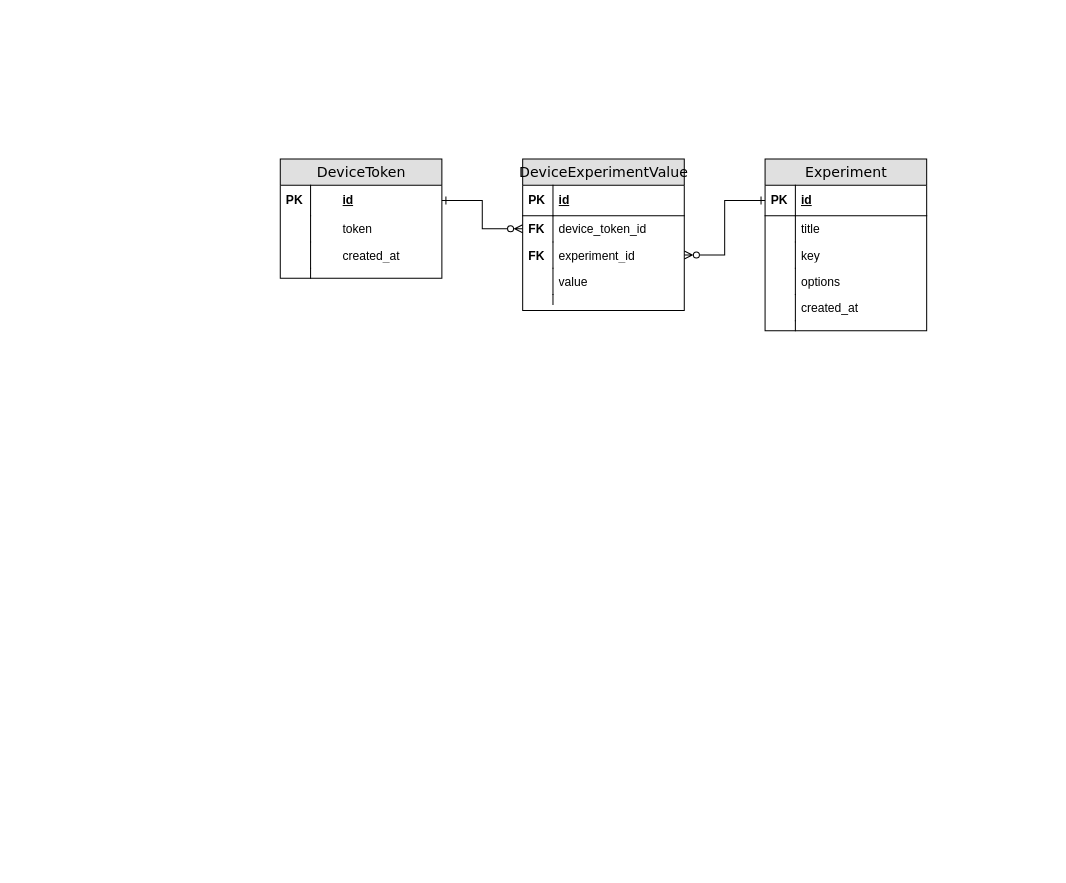
Above: docs/entities.drawio in rusdec/ab-test (draw.io), before the change. Source tidied: cells renumbered, new cells numbered last; positions are measured from the earlier drawing's top-left corner, leaving out a move shared by most shapes. Both pictures are drawn from the tidied source at 101%, with x=0, y=0 at pixel (280, 159).
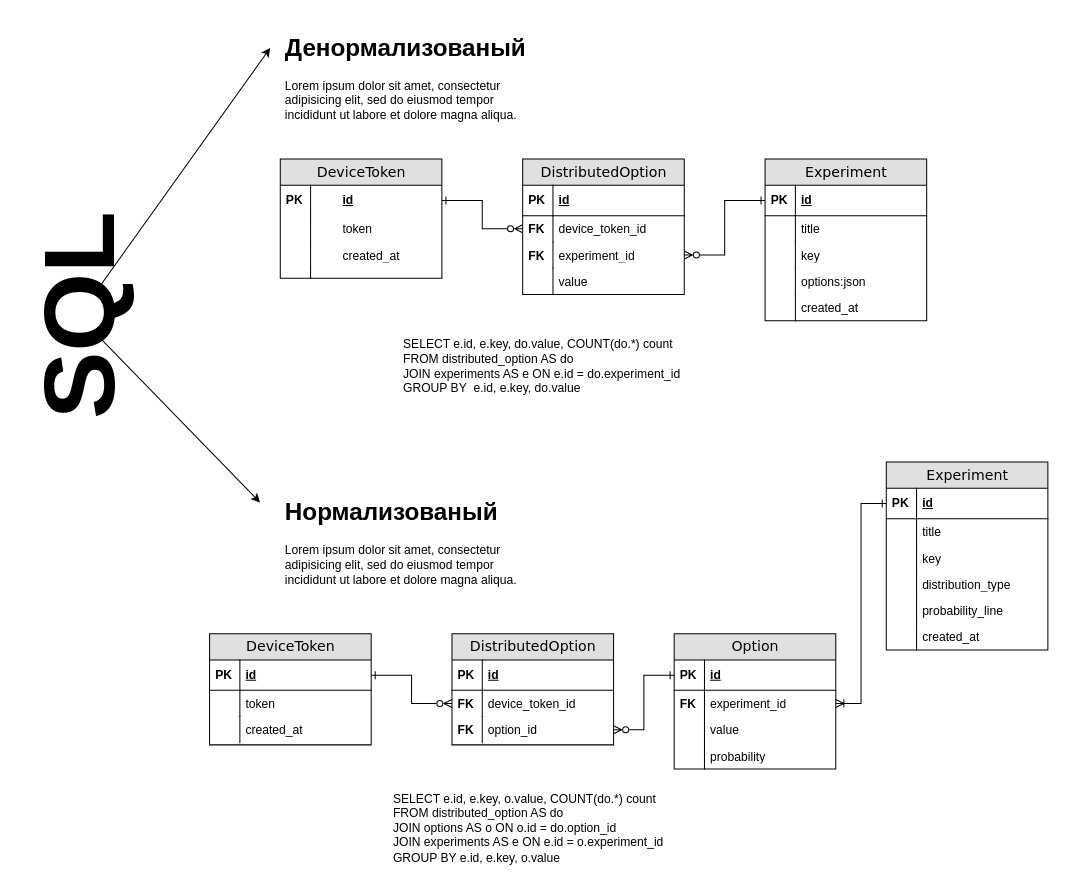
The same page after the edit.

Diff of the diagram source:
```diff
@@
     <mxCell id="11" value="Experiment" style="swimlane;html=1;fontStyle=0;horizontal=1;startSize=26;fillColor=#e0e0e0;swimlaneFillColor=#ffffff;align=center;rounded=0;shadow=0;comic=0;labelBackgroundColor=none;strokeWidth=1;fontFamily=Verdana;fontSize=14;fontColor=#000000;" parent="1" vertex="1">
-      <mxGeometry x="480" width="160" height="170" as="geometry" />
+      <mxGeometry x="480" width="160" height="160" as="geometry" />
     </mxCell>
@@
-    <mxCell id="18" value="options" style="shape=partialRectangle;top=0;left=0;right=0;bottom=0;html=1;align=left;verticalAlign=top;fillColor=none;spacingLeft=34;spacingRight=4;whiteSpace=wrap;overflow=hidden;" parent="11" vertex="1">
+    <mxCell id="18" value="options:json" style="shape=partialRectangle;top=0;left=0;right=0;bottom=0;html=1;align=left;verticalAlign=top;fillColor=none;spacingLeft=34;spacingRight=4;whiteSpace=wrap;overflow=hidden;" parent="11" vertex="1">
       <mxGeometry y="108" width="160" height="26" as="geometry" />
     </mxCell>
@@
-    <mxCell id="22" style="shape=partialRectangle;top=0;left=0;right=0;bottom=0;html=1;align=left;verticalAlign=top;fillColor=none;spacingLeft=34;spacingRight=4;whiteSpace=wrap;overflow=hidden;" parent="11" vertex="1">
-      <mxGeometry y="160" width="160" height="10" as="geometry" />
-    </mxCell>
-    <mxCell id="23" style="shape=partialRectangle;top=0;left=0;bottom=0;html=1;fillColor=none;align=left;verticalAlign=top;spacingLeft=4;spacingRight=4;whiteSpace=wrap;overflow=hidden;" parent="22" vertex="1">
-      <mxGeometry width="30" height="10" as="geometry" />
-    </mxCell>
-    <mxCell id="24" value="DeviceExperimentValue" style="swimlane;html=1;fontStyle=0;horizontal=1;startSize=26;fillColor=#e0e0e0;swimlaneFillColor=#ffffff;align=center;rounded=0;shadow=0;comic=0;labelBackgroundColor=none;strokeWidth=1;fontFamily=Verdana;fontSize=14;fontColor=#000000;" parent="1" vertex="1">
-      <mxGeometry x="240" width="160" height="150" as="geometry" />
+    <mxCell id="24" value="DistributedOption" style="swimlane;html=1;fontStyle=0;horizontal=1;startSize=26;fillColor=#e0e0e0;swimlaneFillColor=#ffffff;align=center;rounded=0;shadow=0;comic=0;labelBackgroundColor=none;strokeWidth=1;fontFamily=Verdana;fontSize=14;fontColor=#000000;" parent="1" vertex="1">
+      <mxGeometry x="240" width="160" height="134" as="geometry" />
     </mxCell>
@@
-    <mxCell id="33" style="shape=partialRectangle;top=0;left=0;right=0;bottom=0;html=1;align=left;verticalAlign=top;fillColor=none;spacingLeft=34;spacingRight=4;whiteSpace=wrap;overflow=hidden;" parent="24" vertex="1">
-      <mxGeometry y="134" width="160" height="10" as="geometry" />
-    </mxCell>
-    <mxCell id="34" style="shape=partialRectangle;top=0;left=0;bottom=0;html=1;fillColor=none;align=left;verticalAlign=top;spacingLeft=4;spacingRight=4;whiteSpace=wrap;overflow=hidden;" parent="33" vertex="1">
-      <mxGeometry width="30" height="10" as="geometry" />
-    </mxCell>
@@
+    <mxCell id="37" value="Option" style="swimlane;html=1;fontStyle=0;horizontal=1;startSize=26;fillColor=#e0e0e0;swimlaneFillColor=#ffffff;align=center;rounded=0;shadow=0;comic=0;labelBackgroundColor=none;strokeWidth=1;fontFamily=Verdana;fontSize=14;fontColor=#000000;" parent="1" vertex="1">
+      <mxGeometry x="390" y="470" width="160" height="134" as="geometry" />
+    </mxCell>
+    <mxCell id="38" value="id" style="shape=partialRectangle;top=0;left=0;right=0;bottom=1;html=1;align=left;verticalAlign=middle;fillColor=none;spacingLeft=34;spacingRight=4;whiteSpace=wrap;overflow=hidden;points=[[0,0.5],[1,0.5]];portConstraint=eastwest;fontStyle=5;fontColor=#000000;" parent="37" vertex="1">
+      <mxGeometry y="26" width="160" height="30" as="geometry" />
+    </mxCell>
+    <mxCell id="39" value="PK" style="shape=partialRectangle;top=0;left=0;bottom=0;html=1;fillColor=none;align=left;verticalAlign=middle;spacingLeft=4;spacingRight=4;whiteSpace=wrap;overflow=hidden;fontStyle=1;" parent="38" vertex="1">
+      <mxGeometry width="30" height="30" as="geometry" />
+    </mxCell>
+    <mxCell id="40" value="experiment_id" style="shape=partialRectangle;top=0;left=0;right=0;bottom=0;html=1;align=left;verticalAlign=top;fillColor=none;spacingLeft=34;spacingRight=4;whiteSpace=wrap;overflow=hidden;points=[[0,0.5],[1,0.5]];portConstraint=eastwest;" parent="37" vertex="1">
+      <mxGeometry y="56" width="160" height="26" as="geometry" />
+    </mxCell>
+    <mxCell id="41" value="&lt;b&gt;FK&lt;/b&gt;" style="shape=partialRectangle;top=0;left=0;bottom=0;html=1;fillColor=none;align=left;verticalAlign=top;spacingLeft=4;spacingRight=4;whiteSpace=wrap;overflow=hidden;" parent="40" vertex="1">
+      <mxGeometry width="30" height="26" as="geometry" />
+    </mxCell>
+    <mxCell id="42" value="value" style="shape=partialRectangle;top=0;left=0;right=0;bottom=0;html=1;align=left;verticalAlign=top;fillColor=none;spacingLeft=34;spacingRight=4;whiteSpace=wrap;overflow=hidden;" parent="37" vertex="1">
+      <mxGeometry y="82" width="160" height="26" as="geometry" />
+    </mxCell>
+    <mxCell id="43" style="shape=partialRectangle;top=0;left=0;bottom=0;html=1;fillColor=none;align=left;verticalAlign=top;spacingLeft=4;spacingRight=4;whiteSpace=wrap;overflow=hidden;fontStyle=1;" parent="42" vertex="1">
+      <mxGeometry width="30" height="26" as="geometry" />
+    </mxCell>
+    <mxCell id="44" value="probability" style="shape=partialRectangle;top=0;left=0;right=0;bottom=0;html=1;align=left;verticalAlign=top;fillColor=none;spacingLeft=34;spacingRight=4;whiteSpace=wrap;overflow=hidden;fontColor=#000000;" parent="37" vertex="1">
+      <mxGeometry y="108" width="160" height="26" as="geometry" />
+    </mxCell>
+    <mxCell id="45" style="shape=partialRectangle;top=0;left=0;bottom=0;html=1;fillColor=none;align=left;verticalAlign=top;spacingLeft=4;spacingRight=4;whiteSpace=wrap;overflow=hidden;" parent="44" vertex="1">
+      <mxGeometry width="30" height="26" as="geometry" />
+    </mxCell>
+    <mxCell id="46" value="Experiment" style="swimlane;html=1;fontStyle=0;horizontal=1;startSize=26;fillColor=#e0e0e0;swimlaneFillColor=#ffffff;align=center;rounded=0;shadow=0;comic=0;labelBackgroundColor=none;strokeWidth=1;fontFamily=Verdana;fontSize=14;fontColor=#000000;" parent="1" vertex="1">
+      <mxGeometry x="600" y="300" width="160" height="186" as="geometry" />
+    </mxCell>
+    <mxCell id="47" value="id" style="shape=partialRectangle;top=0;left=0;right=0;bottom=1;html=1;align=left;verticalAlign=middle;fillColor=none;spacingLeft=34;spacingRight=4;whiteSpace=wrap;overflow=hidden;points=[[0,0.5],[1,0.5]];portConstraint=eastwest;fontStyle=5;" parent="46" vertex="1">
+      <mxGeometry y="26" width="160" height="30" as="geometry" />
+    </mxCell>
+    <mxCell id="48" value="PK" style="shape=partialRectangle;top=0;left=0;bottom=0;html=1;fillColor=none;align=left;verticalAlign=middle;spacingLeft=4;spacingRight=4;whiteSpace=wrap;overflow=hidden;fontStyle=1;" parent="47" vertex="1">
+      <mxGeometry width="30" height="30" as="geometry" />
+    </mxCell>
+    <mxCell id="49" value="title" style="shape=partialRectangle;top=0;left=0;right=0;bottom=0;html=1;align=left;verticalAlign=top;fillColor=none;spacingLeft=34;spacingRight=4;whiteSpace=wrap;overflow=hidden;" parent="46" vertex="1">
+      <mxGeometry y="56" width="160" height="26" as="geometry" />
+    </mxCell>
+    <mxCell id="50" style="shape=partialRectangle;top=0;left=0;bottom=0;html=1;fillColor=none;align=left;verticalAlign=top;spacingLeft=4;spacingRight=4;whiteSpace=wrap;overflow=hidden;" parent="49" vertex="1">
+      <mxGeometry width="30" height="26" as="geometry" />
+    </mxCell>
+    <mxCell id="51" value="key" style="shape=partialRectangle;top=0;left=0;right=0;bottom=0;html=1;align=left;verticalAlign=top;fillColor=none;spacingLeft=34;spacingRight=4;whiteSpace=wrap;overflow=hidden;" parent="46" vertex="1">
+      <mxGeometry y="82" width="160" height="26" as="geometry" />
+    </mxCell>
+    <mxCell id="52" style="shape=partialRectangle;top=0;left=0;bottom=0;html=1;fillColor=none;align=left;verticalAlign=top;spacingLeft=4;spacingRight=4;whiteSpace=wrap;overflow=hidden;" parent="51" vertex="1">
+      <mxGeometry width="30" height="26" as="geometry" />
+    </mxCell>
+    <mxCell id="53" value="distribution_type" style="shape=partialRectangle;top=0;left=0;right=0;bottom=0;html=1;align=left;verticalAlign=top;fillColor=none;spacingLeft=34;spacingRight=4;whiteSpace=wrap;overflow=hidden;" parent="46" vertex="1">
+      <mxGeometry y="108" width="160" height="26" as="geometry" />
+    </mxCell>
+    <mxCell id="54" style="shape=partialRectangle;top=0;left=0;bottom=0;html=1;fillColor=none;align=left;verticalAlign=top;spacingLeft=4;spacingRight=4;whiteSpace=wrap;overflow=hidden;" parent="53" vertex="1">
+      <mxGeometry width="30" height="26" as="geometry" />
+    </mxCell>
+    <mxCell id="55" value="probability_line" style="shape=partialRectangle;top=0;left=0;right=0;bottom=0;html=1;align=left;verticalAlign=top;fillColor=none;spacingLeft=34;spacingRight=4;whiteSpace=wrap;overflow=hidden;" parent="46" vertex="1">
+      <mxGeometry y="134" width="160" height="26" as="geometry" />
+    </mxCell>
+    <mxCell id="56" style="shape=partialRectangle;top=0;left=0;bottom=0;html=1;fillColor=none;align=left;verticalAlign=top;spacingLeft=4;spacingRight=4;whiteSpace=wrap;overflow=hidden;" parent="55" vertex="1">
+      <mxGeometry width="30" height="26" as="geometry" />
+    </mxCell>
+    <mxCell id="57" value="created_at" style="shape=partialRectangle;top=0;left=0;right=0;bottom=0;html=1;align=left;verticalAlign=top;fillColor=none;spacingLeft=34;spacingRight=4;whiteSpace=wrap;overflow=hidden;" parent="46" vertex="1">
+      <mxGeometry y="160" width="160" height="26" as="geometry" />
+    </mxCell>
+    <mxCell id="58" style="shape=partialRectangle;top=0;left=0;bottom=0;html=1;fillColor=none;align=left;verticalAlign=top;spacingLeft=4;spacingRight=4;whiteSpace=wrap;overflow=hidden;" parent="57" vertex="1">
+      <mxGeometry width="30" height="26" as="geometry" />
+    </mxCell>
+    <mxCell id="59" value="DistributedOption" style="swimlane;html=1;fontStyle=0;horizontal=1;startSize=26;fillColor=#e0e0e0;swimlaneFillColor=#ffffff;align=center;rounded=0;shadow=0;comic=0;labelBackgroundColor=none;strokeWidth=1;fontFamily=Verdana;fontSize=14;fontColor=#000000;" parent="1" vertex="1">
+      <mxGeometry x="170" y="470" width="160" height="110" as="geometry" />
+    </mxCell>
+    <mxCell id="60" value="id" style="shape=partialRectangle;top=0;left=0;right=0;bottom=1;html=1;align=left;verticalAlign=middle;fillColor=none;spacingLeft=34;spacingRight=4;whiteSpace=wrap;overflow=hidden;fontStyle=5;fontColor=#000000;" parent="59" vertex="1">
+      <mxGeometry y="26" width="160" height="30" as="geometry" />
+    </mxCell>
+    <mxCell id="61" value="PK" style="shape=partialRectangle;top=0;left=0;bottom=0;html=1;fillColor=none;align=left;verticalAlign=middle;spacingLeft=4;spacingRight=4;whiteSpace=wrap;overflow=hidden;fontStyle=1;" parent="60" vertex="1">
+      <mxGeometry width="30" height="30" as="geometry" />
+    </mxCell>
+    <mxCell id="62" value="device_token_id" style="shape=partialRectangle;top=0;left=0;right=0;bottom=0;html=1;align=left;verticalAlign=top;fillColor=none;spacingLeft=34;spacingRight=4;whiteSpace=wrap;overflow=hidden;points=[[0,0.5],[1,0.5]];portConstraint=eastwest;" parent="59" vertex="1">
+      <mxGeometry y="56" width="160" height="26" as="geometry" />
+    </mxCell>
+    <mxCell id="63" value="&lt;b&gt;FK&lt;/b&gt;" style="shape=partialRectangle;top=0;left=0;bottom=0;html=1;fillColor=none;align=left;verticalAlign=top;spacingLeft=4;spacingRight=4;whiteSpace=wrap;overflow=hidden;" parent="62" vertex="1">
+      <mxGeometry width="30" height="26" as="geometry" />
+    </mxCell>
+    <mxCell id="64" value="option_id" style="shape=partialRectangle;top=0;left=0;right=0;bottom=0;html=1;align=left;verticalAlign=top;fillColor=none;spacingLeft=34;spacingRight=4;whiteSpace=wrap;overflow=hidden;points=[[0,0.5],[1,0.5]];portConstraint=eastwest;" parent="59" vertex="1">
+      <mxGeometry y="82" width="160" height="26" as="geometry" />
+    </mxCell>
+    <mxCell id="65" value="FK" style="shape=partialRectangle;top=0;left=0;bottom=0;html=1;fillColor=none;align=left;verticalAlign=top;spacingLeft=4;spacingRight=4;whiteSpace=wrap;overflow=hidden;fontStyle=1;" parent="64" vertex="1">
+      <mxGeometry width="30" height="26" as="geometry" />
+    </mxCell>
+    <mxCell id="66" style="edgeStyle=orthogonalEdgeStyle;rounded=0;jettySize=auto;html=1;endArrow=ERzeroToMany;endFill=0;startArrow=ERone;startFill=0;" parent="1" edge="1" source="72" target="62">
+      <mxGeometry relative="1" as="geometry" />
+    </mxCell>
+    <mxCell id="67" style="edgeStyle=orthogonalEdgeStyle;rounded=0;jettySize=auto;html=1;entryX=1;entryY=0.5;entryDx=0;entryDy=0;endArrow=ERoneToMany;endFill=0;startArrow=ERone;startFill=0;" parent="1" edge="1" source="47" target="40">
+      <mxGeometry relative="1" as="geometry" />
+    </mxCell>
+    <mxCell id="68" style="edgeStyle=orthogonalEdgeStyle;rounded=0;jettySize=auto;html=1;entryX=1;entryY=0.5;entryDx=0;entryDy=0;endArrow=ERzeroToMany;endFill=0;startArrow=ERone;startFill=0;" parent="1" edge="1" source="38" target="64">
+      <mxGeometry relative="1" as="geometry" />
+    </mxCell>
+    <mxCell id="69" value="&lt;h1&gt;Нормализованый&lt;/h1&gt;&lt;p&gt;Lorem ipsum dolor sit amet, consectetur adipisicing elit, sed do eiusmod tempor incididunt ut labore et dolore magna aliqua.&lt;/p&gt;" style="text;html=1;strokeColor=none;fillColor=none;spacing=5;spacingTop=-20;whiteSpace=wrap;overflow=hidden;rounded=0;" parent="1" vertex="1">
+      <mxGeometry y="330" width="240" height="120" as="geometry" />
+    </mxCell>
+    <mxCell id="70" value="&lt;h1&gt;Денормализованый&lt;/h1&gt;&lt;p&gt;Lorem ipsum dolor sit amet, consectetur adipisicing elit, sed do eiusmod tempor incididunt ut labore et dolore magna aliqua.&lt;/p&gt;" style="text;html=1;strokeColor=none;fillColor=none;spacing=5;spacingTop=-20;whiteSpace=wrap;overflow=hidden;rounded=0;" parent="1" vertex="1">
+      <mxGeometry y="-130" width="260" height="120" as="geometry" />
+    </mxCell>
+    <mxCell id="71" value="DeviceToken" style="swimlane;html=1;fontStyle=0;horizontal=1;startSize=26;fillColor=#e0e0e0;swimlaneFillColor=#ffffff;align=center;rounded=0;shadow=0;comic=0;labelBackgroundColor=none;strokeWidth=1;fontFamily=Verdana;fontSize=14;fontColor=#000000;" parent="1" vertex="1">
+      <mxGeometry x="-70" y="470" width="160" height="110" as="geometry" />
+    </mxCell>
+    <mxCell id="72" value="id" style="shape=partialRectangle;top=0;left=0;right=0;bottom=1;html=1;align=left;verticalAlign=middle;fillColor=none;spacingLeft=34;spacingRight=4;whiteSpace=wrap;overflow=hidden;points=[[0,0.5],[1,0.5]];portConstraint=eastwest;fontStyle=5;fontColor=#000000;" parent="71" vertex="1">
+      <mxGeometry y="26" width="160" height="30" as="geometry" />
+    </mxCell>
+    <mxCell id="73" value="PK" style="shape=partialRectangle;top=0;left=0;bottom=0;html=1;fillColor=none;align=left;verticalAlign=middle;spacingLeft=4;spacingRight=4;whiteSpace=wrap;overflow=hidden;fontStyle=1;" parent="72" vertex="1">
+      <mxGeometry width="30" height="30" as="geometry" />
+    </mxCell>
+    <mxCell id="74" value="token" style="shape=partialRectangle;top=0;left=0;right=0;bottom=0;html=1;align=left;verticalAlign=top;fillColor=none;spacingLeft=34;spacingRight=4;whiteSpace=wrap;overflow=hidden;" parent="71" vertex="1">
+      <mxGeometry y="56" width="160" height="26" as="geometry" />
+    </mxCell>
+    <mxCell id="75" style="shape=partialRectangle;top=0;left=0;bottom=0;html=1;fillColor=none;align=left;verticalAlign=top;spacingLeft=4;spacingRight=4;whiteSpace=wrap;overflow=hidden;" parent="74" vertex="1">
+      <mxGeometry width="30" height="26" as="geometry" />
+    </mxCell>
+    <mxCell id="76" value="created_at" style="shape=partialRectangle;top=0;left=0;right=0;bottom=0;html=1;align=left;verticalAlign=top;fillColor=none;spacingLeft=34;spacingRight=4;whiteSpace=wrap;overflow=hidden;" parent="71" vertex="1">
+      <mxGeometry y="82" width="160" height="26" as="geometry" />
+    </mxCell>
+    <mxCell id="77" style="shape=partialRectangle;top=0;left=0;bottom=0;html=1;fillColor=none;align=left;verticalAlign=top;spacingLeft=4;spacingRight=4;whiteSpace=wrap;overflow=hidden;fontStyle=1;" parent="76" vertex="1">
+      <mxGeometry width="30" height="26" as="geometry" />
+    </mxCell>
+    <mxCell id="78" value="&lt;b&gt;&lt;font style=&quot;font-size: 100px;&quot;&gt;SQL&lt;/font&gt;&lt;/b&gt;" style="text;html=1;strokeColor=none;fillColor=none;align=center;verticalAlign=middle;whiteSpace=wrap;rounded=0;rotation=-90;" parent="1" vertex="1">
+      <mxGeometry x="-230" y="140" width="60" height="30" as="geometry" />
+    </mxCell>
+    <mxCell id="79" style="endArrow=classic;html=1;rounded=0;exitX=0.883;exitY=1.067;exitDx=0;exitDy=0;exitPerimeter=0;" parent="1" edge="1" source="78">
+      <mxGeometry relative="1" as="geometry">
+        <mxPoint x="-10" y="-110" as="targetPoint" />
+      </mxGeometry>
+    </mxCell>
+    <mxCell id="80" style="endArrow=classic;html=1;rounded=0;" parent="1" edge="1" source="78">
+      <mxGeometry relative="1" as="geometry">
+        <mxPoint x="-20" y="340" as="targetPoint" />
+      </mxGeometry>
+    </mxCell>
+    <mxCell id="81" value="SELECT e.id, e.key, o.value, COUNT(do.*) count&lt;br&gt;FROM distributed_option AS do&lt;br&gt;JOIN options AS o ON o.id = do.option_id&lt;br&gt;JOIN experiments AS e ON e.id = o.experiment_id&lt;br&gt;GROUP BY e.id, e.key, o.value" style="text;html=1;strokeColor=none;fillColor=none;align=left;verticalAlign=top;whiteSpace=wrap;rounded=0;" parent="1" vertex="1">
+      <mxGeometry x="110" y="620" width="400" height="80" as="geometry" />
+    </mxCell>
+    <mxCell id="82" value="SELECT e.id, e.key, do.value, COUNT(do.*) count&lt;br&gt;FROM distributed_option AS do&lt;br&gt;JOIN experiments AS e ON e.id = do.experiment_id&lt;br&gt;GROUP BY&amp;nbsp;&amp;nbsp;e.id, e.key, do.value" style="text;html=1;strokeColor=none;fillColor=none;align=left;verticalAlign=top;whiteSpace=wrap;rounded=0;" parent="1" vertex="1">
+      <mxGeometry x="120" y="170" width="400" height="80" as="geometry" />
+    </mxCell>
```
